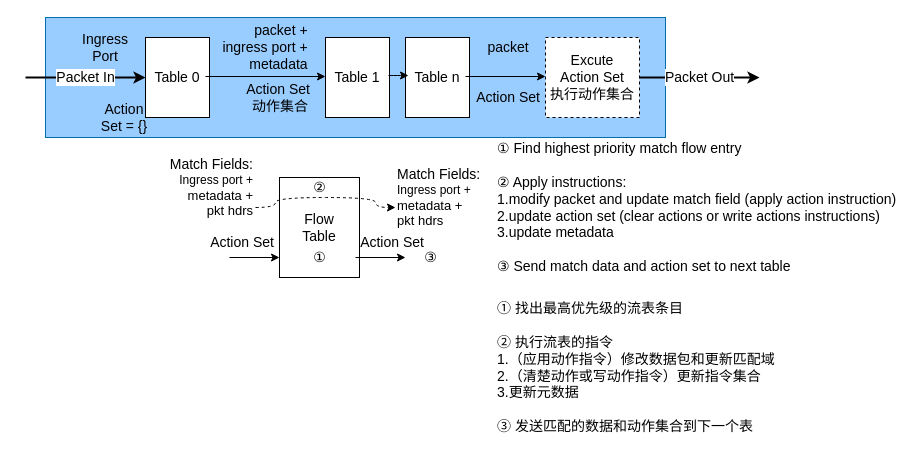
Earlier version of the draw.io diagram page "OpenFlow" (2 of 2) of SDN.drawio (waterwatermelon/graph). Source tidied: cells renumbered, new cells numbered last; positions are measured from the earlier drawing's top-left corner, leaving out a move shared by most shapes. Both pictures are drawn from the tidied source at 100%, with x=0, y=0 at pixel (25, 17).
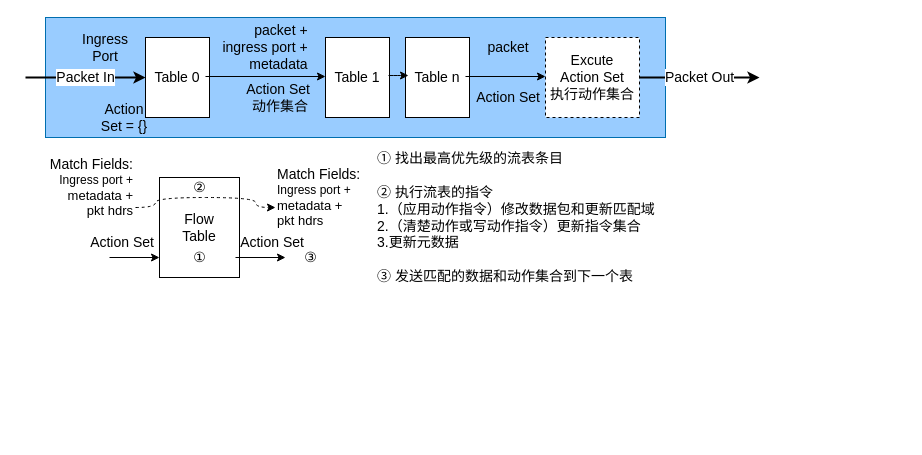
After the change.

What changed in the source:
```diff
@@
     <mxCell id="18" style="endArrow=classic;html=1;strokeWidth=1;fontSize=14;" parent="1" edge="1">
       <mxGeometry relative="1" as="geometry">
-        <mxPoint x="204" y="240" as="sourcePoint" />
-        <mxPoint x="254" y="240" as="targetPoint" />
+        <mxPoint x="84" y="240" as="sourcePoint" />
+        <mxPoint x="134" y="240" as="targetPoint" />
       </mxGeometry>
     </mxCell>
     <mxCell id="19" value="&lt;font style=&quot;font-size: 14px&quot;&gt;Action Set&amp;nbsp;&lt;/font&gt;" style="text;html=1;strokeColor=none;fillColor=none;align=center;verticalAlign=middle;whiteSpace=wrap;rounded=0;fontSize=14;" parent="1" vertex="1">
-      <mxGeometry x="184" y="210" width="70" height="30" as="geometry" />
+      <mxGeometry x="64" y="210" width="70" height="30" as="geometry" />
     </mxCell>
     <mxCell id="20" value="&lt;font style=&quot;font-size: 14px&quot;&gt;Flow&lt;br&gt;Table&lt;/font&gt;" style="rounded=0;whiteSpace=wrap;html=1;fontSize=14;" parent="1" vertex="1">
-      <mxGeometry x="254" y="160" width="80" height="100" as="geometry" />
+      <mxGeometry x="134" y="160" width="80" height="100" as="geometry" />
     </mxCell>
     <mxCell id="21" style="endArrow=classic;html=1;dashed=1;strokeWidth=1;fontSize=14;edgeStyle=orthogonalEdgeStyle;curved=1;" parent="1" edge="1">
       <mxGeometry relative="1" as="geometry">
-        <mxPoint x="230" y="190" as="sourcePoint" />
-        <mxPoint x="370" y="190" as="targetPoint" />
+        <mxPoint x="110" y="190" as="sourcePoint" />
+        <mxPoint x="250" y="190" as="targetPoint" />
         <Array as="points">
-          <mxPoint x="250" y="190" />
-          <mxPoint x="250" y="180" />
-          <mxPoint x="350" y="180" />
-          <mxPoint x="350" y="190" />
+          <mxPoint x="130" y="190" />
+          <mxPoint x="130" y="180" />
+          <mxPoint x="230" y="180" />
+          <mxPoint x="230" y="190" />
         </Array>
       </mxGeometry>
     </mxCell>
     <mxCell id="22" value="①" style="text;html=1;align=center;verticalAlign=middle;fontSize=14;" parent="1" vertex="1">
-      <mxGeometry x="279" y="230" width="30" height="20" as="geometry" />
+      <mxGeometry x="159" y="230" width="30" height="20" as="geometry" />
     </mxCell>
     <mxCell id="23" value="&lt;div&gt;&lt;span&gt;Match Fields:&lt;/span&gt;&lt;/div&gt;&lt;font style=&quot;font-size: 12px&quot;&gt;&lt;div&gt;&lt;span&gt;Ingress port +&lt;/span&gt;&lt;/div&gt;&lt;/font&gt;&lt;div style=&quot;font-size: 13px&quot;&gt;&lt;font style=&quot;font-size: 13px&quot;&gt;metadata +&lt;/font&gt;&lt;/div&gt;&lt;div style=&quot;font-size: 13px&quot;&gt;&lt;font style=&quot;font-size: 13px&quot;&gt;pkt hdrs&lt;/font&gt;&lt;/div&gt;" style="text;html=1;strokeColor=none;fillColor=none;align=right;verticalAlign=middle;whiteSpace=wrap;rounded=0;fontSize=14;" parent="1" vertex="1">
-      <mxGeometry x="140" y="140" width="90" height="60" as="geometry" />
+      <mxGeometry x="20" y="140" width="90" height="60" as="geometry" />
     </mxCell>
     <mxCell id="24" value="&lt;div&gt;&lt;span&gt;Match Fields:&lt;/span&gt;&lt;/div&gt;&lt;font style=&quot;font-size: 12px&quot;&gt;&lt;div&gt;&lt;span&gt;Ingress port +&lt;/span&gt;&lt;/div&gt;&lt;/font&gt;&lt;div style=&quot;font-size: 13px&quot;&gt;&lt;font style=&quot;font-size: 13px&quot;&gt;metadata +&lt;/font&gt;&lt;/div&gt;&lt;div style=&quot;font-size: 13px&quot;&gt;&lt;font style=&quot;font-size: 13px&quot;&gt;pkt hdrs&lt;/font&gt;&lt;/div&gt;" style="text;html=1;strokeColor=none;fillColor=none;align=left;verticalAlign=middle;whiteSpace=wrap;rounded=0;fontSize=14;" parent="1" vertex="1">
-      <mxGeometry x="370" y="150" width="90" height="60" as="geometry" />
+      <mxGeometry x="250" y="150" width="90" height="60" as="geometry" />
     </mxCell>
     <mxCell id="25" style="endArrow=classic;html=1;strokeWidth=1;fontSize=14;" parent="1" edge="1">
       <mxGeometry relative="1" as="geometry">
-        <mxPoint x="330" y="240" as="sourcePoint" />
-        <mxPoint x="380" y="240" as="targetPoint" />
+        <mxPoint x="210" y="240" as="sourcePoint" />
+        <mxPoint x="260" y="240" as="targetPoint" />
       </mxGeometry>
     </mxCell>
     <mxCell id="26" value="&lt;font style=&quot;font-size: 14px&quot;&gt;Action Set&amp;nbsp;&lt;/font&gt;" style="text;html=1;strokeColor=none;fillColor=none;align=center;verticalAlign=middle;whiteSpace=wrap;rounded=0;fontSize=14;" parent="1" vertex="1">
-      <mxGeometry x="334" y="210" width="70" height="30" as="geometry" />
+      <mxGeometry x="214" y="210" width="70" height="30" as="geometry" />
     </mxCell>
     <mxCell id="27" value="②" style="text;html=1;align=center;verticalAlign=middle;fontSize=14;" parent="1" vertex="1">
-      <mxGeometry x="279" y="160" width="30" height="20" as="geometry" />
+      <mxGeometry x="159" y="160" width="30" height="20" as="geometry" />
     </mxCell>
     <mxCell id="28" value="③" style="text;html=1;align=center;verticalAlign=middle;fontSize=14;" parent="1" vertex="1">
-      <mxGeometry x="390" y="230" width="30" height="20" as="geometry" />
+      <mxGeometry x="270" y="230" width="30" height="20" as="geometry" />
     </mxCell>
     <mxCell id="29" value="① 找出最高优先级的流表条目&lt;br&gt;&lt;div&gt;&lt;br&gt;&lt;/div&gt;&lt;div&gt;② 执行流表的指令&lt;/div&gt;&lt;div&gt;1.（应用动作指令）修改数据包和更新匹配域&lt;/div&gt;&lt;div&gt;2.（清楚动作或写动作指令）更新指令集合&lt;/div&gt;&lt;div&gt;3.更新元数据&lt;/div&gt;&lt;div&gt;&lt;br&gt;&lt;/div&gt;&lt;div&gt;③ 发送匹配的数据和动作集合到下一个表&lt;/div&gt;" style="text;html=1;align=left;verticalAlign=middle;fontSize=14;" parent="1" vertex="1">
-      <mxGeometry x="470" y="280" width="290" height="140" as="geometry" />
+      <mxGeometry x="350" y="130" width="290" height="140" as="geometry" />
     </mxCell>
-    <mxCell id="30" value="① Find highest priority match flow entry&lt;br&gt;&lt;div&gt;&lt;br&gt;&lt;/div&gt;&lt;div&gt;② Apply instructions:&lt;/div&gt;&lt;div&gt;1.modify packet and update match field (apply action instruction)&lt;/div&gt;&lt;div&gt;2.update action set (clear actions or write actions instructions)&lt;/div&gt;&lt;div&gt;3.update metadata&lt;/div&gt;&lt;div&gt;&lt;br&gt;&lt;/div&gt;&lt;div&gt;③ Send match data and action set to next table&amp;nbsp;&lt;/div&gt;" style="text;html=1;align=left;verticalAlign=middle;fontSize=14;" parent="1" vertex="1">
-      <mxGeometry x="470" y="120" width="410" height="140" as="geometry" />
-    </mxCell>
```
